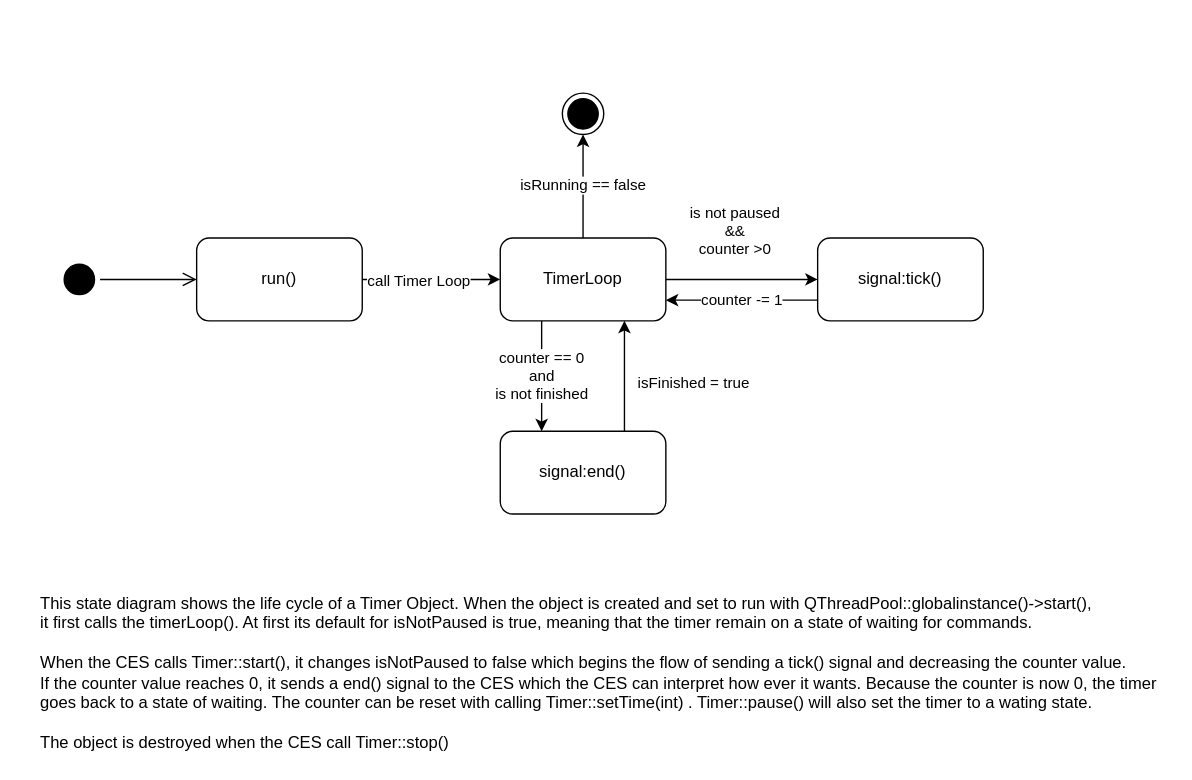
Above: page "Timer State Diagram" (2 of 3) of Documentation/diagrams.drawio in willwright1213/CESSimulator (draw.io), before the change. Source tidied: cells renumbered, new cells numbered last; positions are measured from the earlier drawing's top-left corner, leaving out a move shared by most shapes. Both pictures are drawn from the tidied source at 138%, with x=0, y=0 at pixel (37, 92).
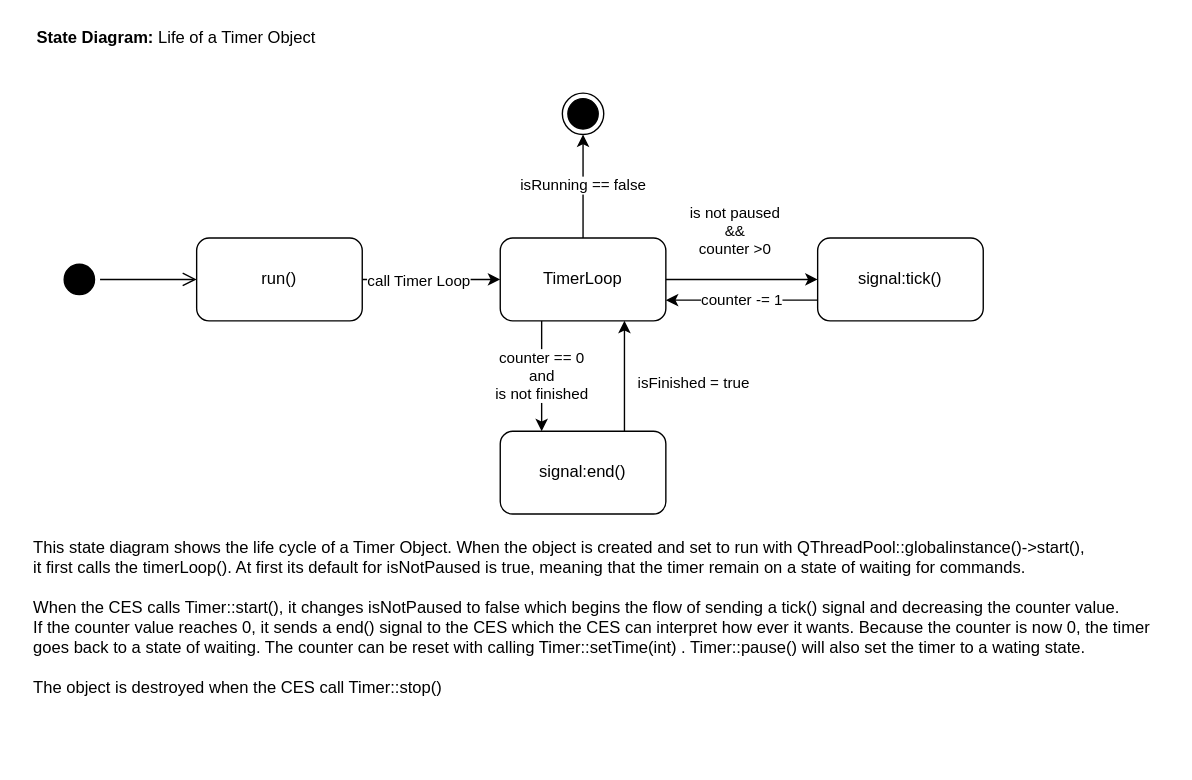
Above is the later version.

Diff of the diagram source:
```diff
@@
     <mxCell id="16" value="This state diagram shows the life cycle of a Timer Object. When the object is created and set to run with QThreadPool::globalinstance()-&amp;gt;start(),&lt;br&gt;it first calls the timerLoop(). At first its default for isNotPaused is true, meaning that the timer remain on a state of waiting for commands.&lt;br&gt;&lt;br&gt;When the CES calls Timer::start(), it changes isNotPaused to false which begins the flow of sending a tick() signal and decreasing the counter value.&lt;br&gt;If the counter value reaches 0, it sends a end() signal to the CES which the CES can interpret how ever it wants. Because the counter is now 0, the timer&lt;br&gt;goes back to a state of waiting. The counter can be reset with calling Timer::setTime(int) . Timer::pause() will also set the timer to a wating state.&lt;br&gt;&lt;br&gt;The object is destroyed when the CES call Timer::stop()" style="text;html=1;align=left;verticalAlign=middle;strokeColor=none;fillColor=none;" parent="1" vertex="1">
-      <mxGeometry y="360" width="820" height="120" as="geometry" />
+      <mxGeometry x="-5" y="320" width="820" height="120" as="geometry" />
     </mxCell>
+    <mxCell id="17" value="&lt;b&gt;State Diagram:&lt;/b&gt; Life of a Timer Object" style="text;html=1;align=center;verticalAlign=middle;strokeColor=none;fillColor=none;" parent="1" vertex="1">
+      <mxGeometry x="-10" y="-50" width="220" height="20" as="geometry" />
+    </mxCell>
```
